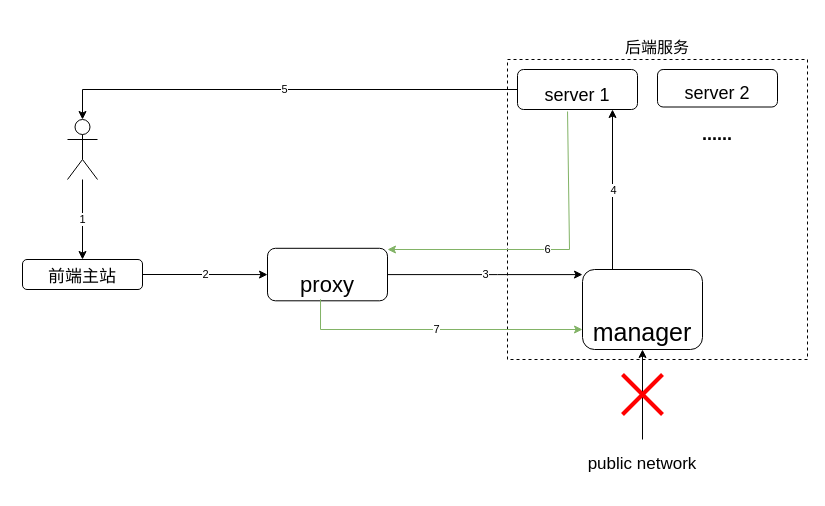
Before: 交互.drawio in huangJW7/Wox, a draw.io diagram. Source tidied: cells renumbered, new cells numbered last; positions are measured from the earlier drawing's top-left corner, leaving out a move shared by most shapes. Both pictures are drawn from the tidied source at 100%, with x=0, y=0 at pixel (22, 59).
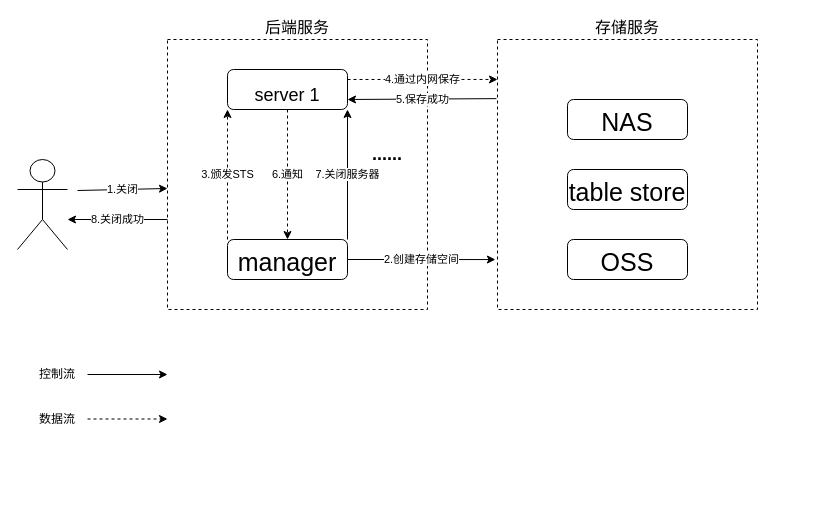
The same diagram, later.

Change to the diagram source:
```diff
@@
+    <mxCell id="21" value="&lt;font style=&quot;font-size: 16px;&quot;&gt;存储服务&lt;/font&gt;" style="rounded=0;whiteSpace=wrap;html=1;dashed=1;labelPosition=center;verticalLabelPosition=top;align=center;verticalAlign=bottom;" parent="1" vertex="1">
+      <mxGeometry x="475" y="-20" width="260" height="270" as="geometry" />
+    </mxCell>
     <mxCell id="2" value="&lt;font style=&quot;font-size: 16px;&quot;&gt;后端服务&lt;/font&gt;" style="rounded=0;whiteSpace=wrap;html=1;dashed=1;labelPosition=center;verticalLabelPosition=top;align=center;verticalAlign=bottom;" parent="1" vertex="1">
-      <mxGeometry x="485" width="300" height="300" as="geometry" />
+      <mxGeometry x="145" y="-20" width="260" height="270" as="geometry" />
     </mxCell>
-    <mxCell id="3" value="1" style="edgeStyle=orthogonalEdgeStyle;rounded=0;jettySize=auto;html=1;" parent="1" edge="1" source="4" target="6">
-      <mxGeometry relative="1" as="geometry" />
-    </mxCell>
-    <mxCell id="4" style="shape=umlActor;verticalLabelPosition=top;verticalAlign=bottom;html=1;outlineConnect=0;labelPosition=center;align=center;" parent="1" vertex="1">
-      <mxGeometry x="45" y="60" width="30" height="60" as="geometry" />
-    </mxCell>
-    <mxCell id="5" value="2" style="edgeStyle=orthogonalEdgeStyle;rounded=0;jettySize=auto;html=1;" parent="1" edge="1" source="6" target="8">
-      <mxGeometry relative="1" as="geometry" />
-    </mxCell>
-    <mxCell id="6" value="&lt;font style=&quot;font-size: 17px;&quot;&gt;前端主站&lt;/font&gt;" style="rounded=1;whiteSpace=wrap;html=1;verticalAlign=bottom;" parent="1" vertex="1">
-      <mxGeometry y="200" width="120" height="30" as="geometry" />
-    </mxCell>
-    <mxCell id="7" value="3" style="edgeStyle=orthogonalEdgeStyle;rounded=0;jettySize=auto;html=1;" parent="1" edge="1" source="8" target="10">
-      <mxGeometry relative="1" as="geometry">
-        <Array as="points">
-          <mxPoint x="475" y="215" />
-          <mxPoint x="475" y="215" />
-        </Array>
-      </mxGeometry>
-    </mxCell>
-    <mxCell id="8" value="proxy" style="rounded=1;whiteSpace=wrap;html=1;verticalAlign=bottom;fontSize=22;" parent="1" vertex="1">
-      <mxGeometry x="245" y="188.8" width="120" height="52.5" as="geometry" />
-    </mxCell>
-    <mxCell id="9" value="4" style="edgeStyle=orthogonalEdgeStyle;rounded=0;jettySize=auto;html=1;exitX=0.25;exitY=0;exitDx=0;exitDy=0;" parent="1" edge="1" source="10">
-      <mxGeometry relative="1" as="geometry">
-        <mxPoint x="590" y="50" as="targetPoint" />
-      </mxGeometry>
-    </mxCell>
+    <mxCell id="22" value="3.颁发STS" style="edgeStyle=orthogonalEdgeStyle;rounded=0;jettySize=auto;html=1;exitX=0;exitY=0;exitDx=0;exitDy=0;entryX=0;entryY=1;entryDx=0;entryDy=0;dashed=1;" parent="1" edge="1" source="10" target="12">
+      <mxGeometry relative="1" as="geometry" />
+    </mxCell>
+    <mxCell id="23" value="2.创建存储空间" style="edgeStyle=orthogonalEdgeStyle;rounded=0;jettySize=auto;html=1;exitX=1;exitY=0.5;exitDx=0;exitDy=0;entryX=-0.008;entryY=0.815;entryDx=0;entryDy=0;entryPerimeter=0;" parent="1" edge="1" source="10" target="21">
+      <mxGeometry relative="1" as="geometry" />
+    </mxCell>
+    <mxCell id="24" value="7.关闭服务器" style="edgeStyle=orthogonalEdgeStyle;rounded=0;jettySize=auto;html=1;exitX=1;exitY=0;exitDx=0;exitDy=0;entryX=1;entryY=1;entryDx=0;entryDy=0;" parent="1" edge="1" source="10" target="12">
+      <mxGeometry relative="1" as="geometry" />
+    </mxCell>
     <mxCell id="10" value="manager" style="whiteSpace=wrap;html=1;fontSize=25;verticalAlign=bottom;rounded=1;" parent="1" vertex="1">
-      <mxGeometry x="560" y="210" width="120" height="80" as="geometry" />
+      <mxGeometry x="205" y="180" width="120" height="40" as="geometry" />
     </mxCell>
-    <mxCell id="11" value="5" style="edgeStyle=orthogonalEdgeStyle;rounded=0;jettySize=auto;html=1;exitX=0;exitY=0.5;exitDx=0;exitDy=0;" parent="1" edge="1" source="12" target="4">
-      <mxGeometry relative="1" as="geometry" />
-    </mxCell>
+    <mxCell id="25" value="4.通过内网保存" style="edgeStyle=orthogonalEdgeStyle;rounded=0;jettySize=auto;html=1;exitX=1;exitY=0.25;exitDx=0;exitDy=0;entryX=0;entryY=0.148;entryDx=0;entryDy=0;dashed=1;entryPerimeter=0;" parent="1" edge="1" source="12" target="21">
+      <mxGeometry relative="1" as="geometry" />
+    </mxCell>
+    <mxCell id="26" value="6.通知" style="edgeStyle=orthogonalEdgeStyle;rounded=0;jettySize=auto;html=1;exitX=0.5;exitY=1;exitDx=0;exitDy=0;entryX=0.5;entryY=0;entryDx=0;entryDy=0;dashed=1;" parent="1" edge="1" source="12" target="10">
+      <mxGeometry relative="1" as="geometry" />
+    </mxCell>
     <mxCell id="12" value="server 1" style="whiteSpace=wrap;html=1;fontSize=18;verticalAlign=bottom;rounded=1;" parent="1" vertex="1">
-      <mxGeometry x="495" y="10" width="120" height="40" as="geometry" />
+      <mxGeometry x="205" y="10" width="120" height="40" as="geometry" />
     </mxCell>
-    <mxCell id="13" value="server 2" style="whiteSpace=wrap;html=1;fontSize=18;verticalAlign=bottom;rounded=1;" parent="1" vertex="1">
-      <mxGeometry x="635" y="10" width="120" height="37.5" as="geometry" />
-    </mxCell>
     <mxCell id="14" value="......" style="text;html=1;strokeColor=none;fillColor=none;align=center;verticalAlign=middle;whiteSpace=wrap;rounded=0;fontSize=18;fontStyle=1;" parent="1" vertex="1">
-      <mxGeometry x="665" y="60" width="60" height="30" as="geometry" />
+      <mxGeometry x="335" y="80" width="60" height="30" as="geometry" />
     </mxCell>
-    <mxCell id="15" value="&lt;font style=&quot;font-size: 17px;&quot;&gt;public network&lt;/font&gt;" style="text;html=1;strokeColor=none;fillColor=none;align=center;verticalAlign=middle;whiteSpace=wrap;rounded=0;fontSize=13;" parent="1" vertex="1">
-      <mxGeometry x="545" y="380" width="150" height="50" as="geometry" />
-    </mxCell>
-    <mxCell id="16" style="endArrow=classic;html=1;rounded=0;exitX=0.5;exitY=0;exitDx=0;exitDy=0;entryX=0.5;entryY=1;entryDx=0;entryDy=0;" parent="1" edge="1" source="15" target="10">
-      <mxGeometry relative="1" as="geometry" />
-    </mxCell>
-    <mxCell id="17" style="endArrow=none;html=1;rounded=1;fontStyle=1;fillColor=#e51400;strokeColor=#FF0000;strokeWidth=4;" parent="1" edge="1">
-      <mxGeometry relative="1" as="geometry">
-        <mxPoint x="600" y="315" as="sourcePoint" />
-        <mxPoint x="640" y="355" as="targetPoint" />
-      </mxGeometry>
-    </mxCell>
-    <mxCell id="18" style="endArrow=none;html=1;rounded=1;fontStyle=0;fillColor=#e51400;strokeColor=#FF0000;strokeWidth=4;" parent="1" edge="1">
-      <mxGeometry relative="1" as="geometry">
-        <mxPoint x="600" y="355" as="sourcePoint" />
-        <mxPoint x="640" y="315" as="targetPoint" />
-      </mxGeometry>
-    </mxCell>
-    <mxCell id="19" value="6" style="endArrow=classic;html=1;rounded=0;exitX=0.417;exitY=1.05;exitDx=0;exitDy=0;exitPerimeter=0;fillColor=#d5e8d4;strokeColor=#82b366;" parent="1" edge="1" source="12">
-      <mxGeometry relative="1" as="geometry">
-        <mxPoint x="365" y="190" as="targetPoint" />
-        <Array as="points">
-          <mxPoint x="547" y="190" />
-        </Array>
-      </mxGeometry>
-    </mxCell>
-    <mxCell id="20" value="7" style="endArrow=classic;html=1;rounded=0;entryX=0;entryY=0.75;entryDx=0;entryDy=0;exitX=0.442;exitY=0.971;exitDx=0;exitDy=0;exitPerimeter=0;fillColor=#d5e8d4;strokeColor=#82b366;" parent="1" edge="1" source="8" target="10">
-      <mxGeometry relative="1" as="geometry">
-        <Array as="points">
-          <mxPoint x="298" y="270" />
-        </Array>
-      </mxGeometry>
-    </mxCell>
+    <mxCell id="27" value="1.关闭" style="endArrow=classic;html=1;rounded=0;" parent="1" edge="1">
+      <mxGeometry relative="1" as="geometry">
+        <mxPoint x="55" y="131" as="sourcePoint" />
+        <mxPoint x="145" y="129" as="targetPoint" />
+      </mxGeometry>
+    </mxCell>
+    <mxCell id="28" style="endArrow=classic;html=1;rounded=0;" parent="1" edge="1">
+      <mxGeometry relative="1" as="geometry">
+        <mxPoint x="65" y="315" as="sourcePoint" />
+        <mxPoint x="145" y="315" as="targetPoint" />
+      </mxGeometry>
+    </mxCell>
+    <mxCell id="29" value="控制流" style="text;html=1;strokeColor=none;fillColor=none;align=center;verticalAlign=middle;whiteSpace=wrap;rounded=0;" parent="1" vertex="1">
+      <mxGeometry x="5" y="300" width="60" height="30" as="geometry" />
+    </mxCell>
+    <mxCell id="30" value="数据流" style="text;html=1;strokeColor=none;fillColor=none;align=center;verticalAlign=middle;whiteSpace=wrap;rounded=0;" parent="1" vertex="1">
+      <mxGeometry x="5" y="345" width="60" height="30" as="geometry" />
+    </mxCell>
+    <mxCell id="31" style="endArrow=classic;html=1;rounded=0;dashed=1;" parent="1" edge="1">
+      <mxGeometry relative="1" as="geometry">
+        <mxPoint x="65" y="359.5" as="sourcePoint" />
+        <mxPoint x="145" y="359.5" as="targetPoint" />
+      </mxGeometry>
+    </mxCell>
+    <mxCell id="32" style="shape=umlActor;verticalLabelPosition=bottom;verticalAlign=top;html=1;" parent="1" vertex="1">
+      <mxGeometry x="-5" y="100" width="50" height="90" as="geometry" />
+    </mxCell>
+    <mxCell id="33" value="OSS" style="whiteSpace=wrap;html=1;fontSize=25;verticalAlign=bottom;rounded=1;" parent="1" vertex="1">
+      <mxGeometry x="545" y="180" width="120" height="40" as="geometry" />
+    </mxCell>
+    <mxCell id="34" value="NAS" style="whiteSpace=wrap;html=1;fontSize=25;verticalAlign=bottom;rounded=1;" parent="1" vertex="1">
+      <mxGeometry x="545" y="40" width="120" height="40" as="geometry" />
+    </mxCell>
+    <mxCell id="35" value="table store" style="whiteSpace=wrap;html=1;fontSize=25;verticalAlign=bottom;rounded=1;" parent="1" vertex="1">
+      <mxGeometry x="545" y="110" width="120" height="40" as="geometry" />
+    </mxCell>
+    <mxCell id="36" value="5.保存成功" style="endArrow=classic;html=1;rounded=0;exitX=-0.004;exitY=0.219;exitDx=0;exitDy=0;exitPerimeter=0;entryX=1;entryY=0.75;entryDx=0;entryDy=0;" parent="1" edge="1" source="21" target="12">
+      <mxGeometry relative="1" as="geometry" />
+    </mxCell>
+    <mxCell id="37" value="8.关闭成功" style="endArrow=classic;html=1;rounded=0;" parent="1" edge="1">
+      <mxGeometry relative="1" as="geometry">
+        <mxPoint x="145" y="160" as="sourcePoint" />
+        <mxPoint x="45" y="160" as="targetPoint" />
+      </mxGeometry>
+    </mxCell>
```
